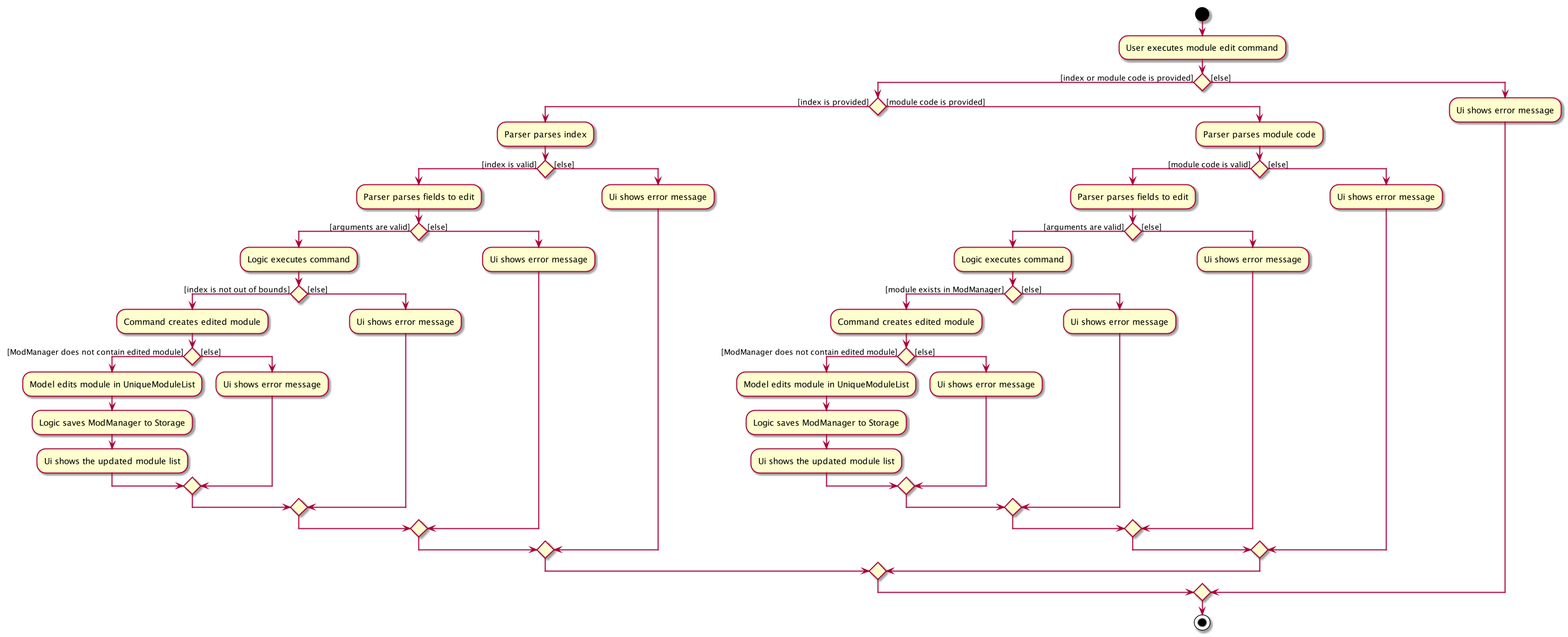
Earlier version of the PlantUML export docs/images/ModuleEditActivityDiagram.png (zixinn/main).
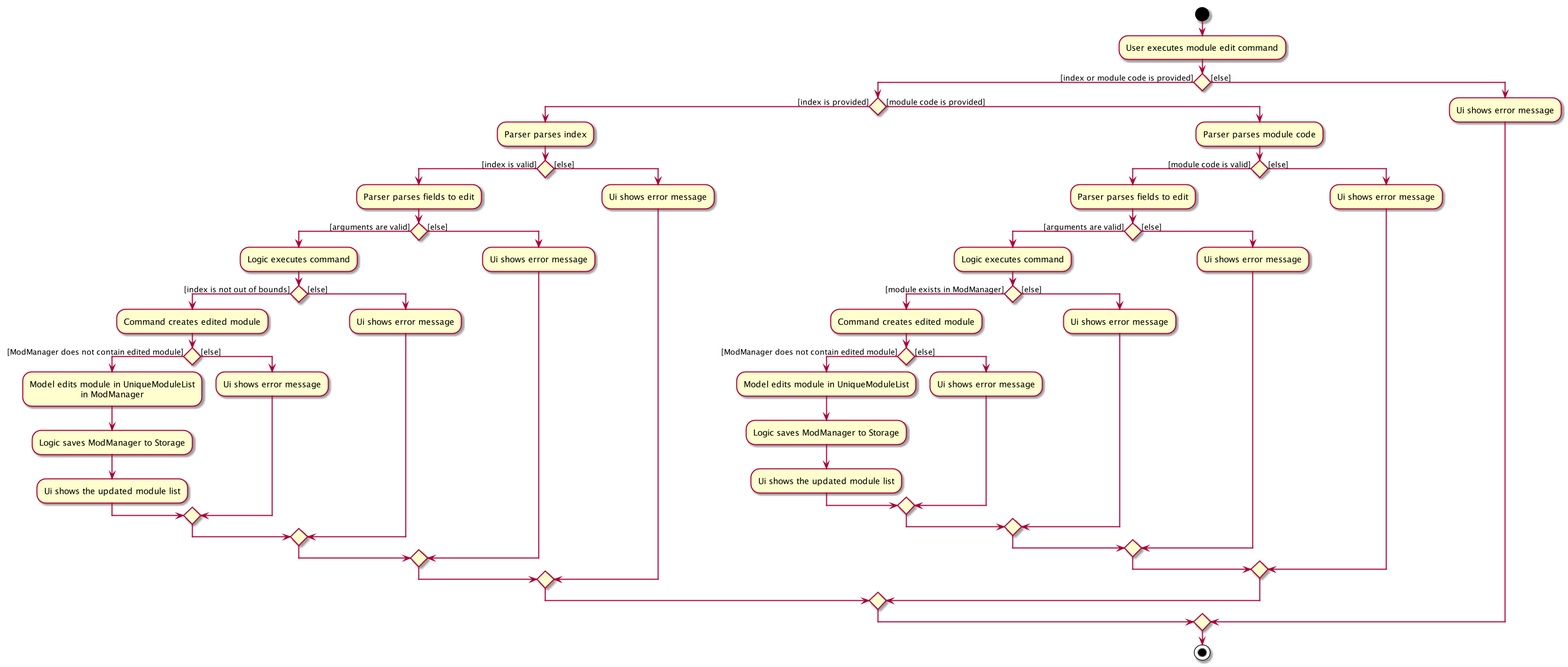
The same diagram one commit later.

Diff of the diagram source:
```diff
@@ -11,7 +11,8 @@
                 if () then ([index is not out of bounds])
                     :Command creates edited module;
                     if () then ([ModManager does not contain edited module])
-                        :Model edits module in UniqueModuleList;
+                        :Model edits module in UniqueModuleList
+                                          in ModManager;
                         :Logic saves ModManager to Storage;
                         :Ui shows the updated module list;
                     else ([else])
```
